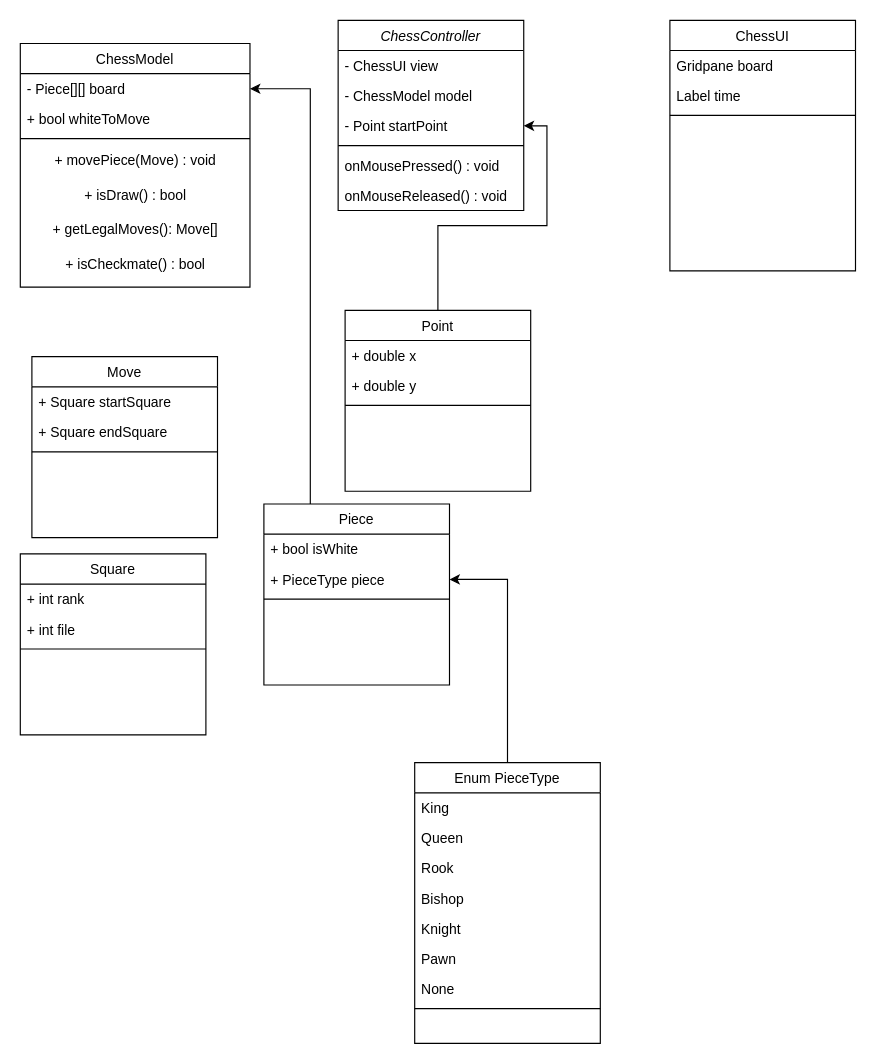
Buildasaurus/Chess keeps this draw.io diagram as page "Main Class Diagram" (1 of 2) of Documentation/ChessDiagram.drawio. Above is the earlier version. Source tidied: cells renumbered, new cells numbered last; positions are measured from the earlier drawing's top-left corner, leaving out a move shared by most shapes. Both pictures are drawn from the tidied source at 116%, with x=0, y=0 at pixel (20, 20).
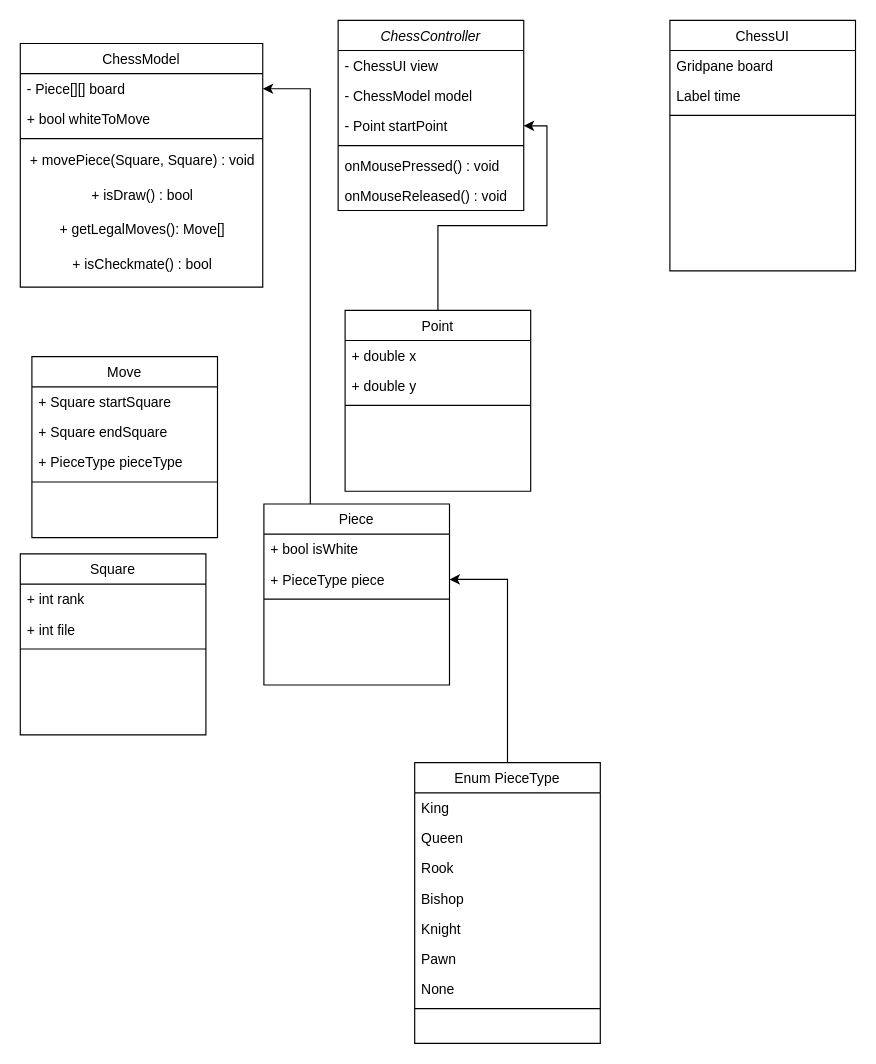
After the change.

Unchanged cells that the change refers to:
```xml
<mxCell id="45" value="Move" style="swimlane;fontStyle=0;align=center;verticalAlign=top;horizontal=1;startSize=26;rounded=0;shadow=0;strokeWidth=1;" parent="1" vertex="1">
  <mxGeometry x="10" y="290" width="160" height="156" as="geometry" />
</mxCell>
```

Change to the diagram source:
```diff
@@
     <mxCell id="9" value="ChessModel" style="swimlane;fontStyle=0;align=center;verticalAlign=top;horizontal=1;startSize=26;rounded=0;shadow=0;strokeWidth=1;" parent="1" vertex="1">
-      <mxGeometry y="20" width="198" height="210" as="geometry" />
+      <mxGeometry y="20" width="209" height="210" as="geometry" />
     </mxCell>
     <mxCell id="10" value="- Piece[][] board" style="text;align=left;verticalAlign=top;spacingLeft=4;spacingRight=4;overflow=hidden;points=[[0,0.5],[1,0.5]];portConstraint=eastwest;" parent="9" vertex="1">
-      <mxGeometry y="26" width="198" height="26" as="geometry" />
+      <mxGeometry y="26" width="209" height="26" as="geometry" />
     </mxCell>
     <mxCell id="11" value="+ bool whiteToMove" style="text;align=left;verticalAlign=top;spacingLeft=4;spacingRight=4;overflow=hidden;rounded=0;shadow=0;html=0;" parent="9" vertex="1">
-      <mxGeometry y="52" width="198" height="26" as="geometry" />
+      <mxGeometry y="52" width="209" height="26" as="geometry" />
     </mxCell>
     <mxCell id="12" style="line;html=1;strokeWidth=1;align=left;verticalAlign=middle;spacingTop=-1;spacingLeft=3;spacingRight=3;labelPosition=right;" parent="9" vertex="1">
-      <mxGeometry y="78" width="198" height="8" as="geometry" />
+      <mxGeometry y="78" width="209" height="8" as="geometry" />
     </mxCell>
-    <mxCell id="13" value="+ movePiece(Move) : void" style="text;html=1;align=center;verticalAlign=middle;strokeColor=none;fillColor=none;" parent="9" vertex="1">
-      <mxGeometry y="86" width="198" height="30" as="geometry" />
+    <mxCell id="13" value="+ movePiece(Square, Square) : void" style="text;html=1;align=center;verticalAlign=middle;strokeColor=none;fillColor=none;" parent="9" vertex="1">
+      <mxGeometry y="86" width="209" height="30" as="geometry" />
     </mxCell>
     <mxCell id="14" value="+ isDraw() : bool" style="text;html=1;align=center;verticalAlign=middle;strokeColor=none;fillColor=none;" parent="9" vertex="1">
-      <mxGeometry y="116" width="198" height="30" as="geometry" />
+      <mxGeometry y="116" width="209" height="30" as="geometry" />
     </mxCell>
     <mxCell id="15" value="+ getLegalMoves(): Move[]" style="text;html=1;align=center;verticalAlign=middle;strokeColor=none;fillColor=none;" parent="9" vertex="1">
-      <mxGeometry y="146" width="198" height="30" as="geometry" />
+      <mxGeometry y="146" width="209" height="30" as="geometry" />
     </mxCell>
     <mxCell id="16" value="+ isCheckmate() : bool" style="text;html=1;align=center;verticalAlign=middle;strokeColor=none;fillColor=none;" parent="9" vertex="1">
-      <mxGeometry y="176" width="198" height="30" as="geometry" />
+      <mxGeometry y="176" width="209" height="30" as="geometry" />
     </mxCell>
@@
+    <mxCell id="49" value="+ PieceType pieceType" style="text;align=left;verticalAlign=top;spacingLeft=4;spacingRight=4;overflow=hidden;rounded=0;shadow=0;html=0;" parent="45" vertex="1">
+      <mxGeometry y="78" width="160" height="26" as="geometry" />
+    </mxCell>
     <mxCell id="48" style="line;html=1;strokeWidth=1;align=left;verticalAlign=middle;spacingTop=-1;spacingLeft=3;spacingRight=3;labelPosition=right;" parent="45" vertex="1">
-      <mxGeometry y="78" width="160" height="8" as="geometry" />
+      <mxGeometry y="104" width="160" height="8" as="geometry" />
     </mxCell>
```
